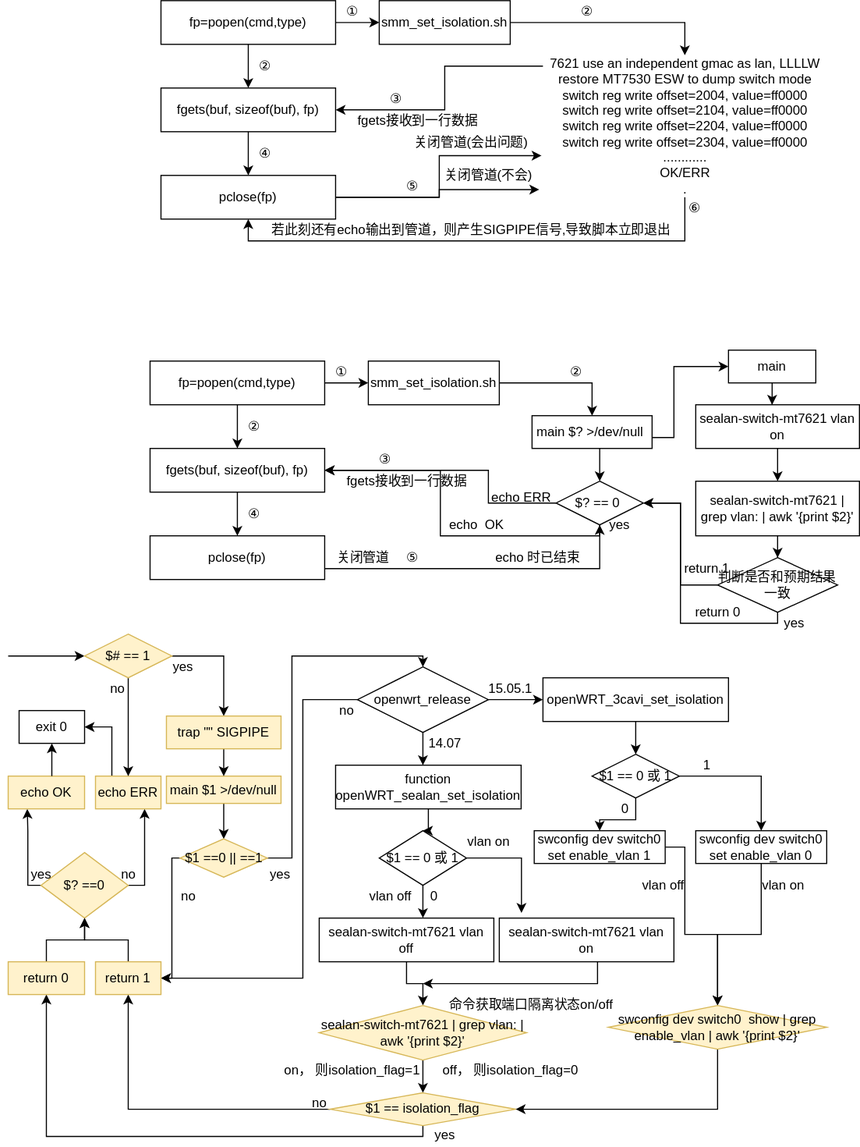
Earlier version of the draw.io export drag_demo/popen_isolation.svg (Archive-ch/Web_Demo). Source tidied: cells renumbered, new cells last; positions are measured from the earlier drawing's top-left corner, leaving out a move shared by most shapes.
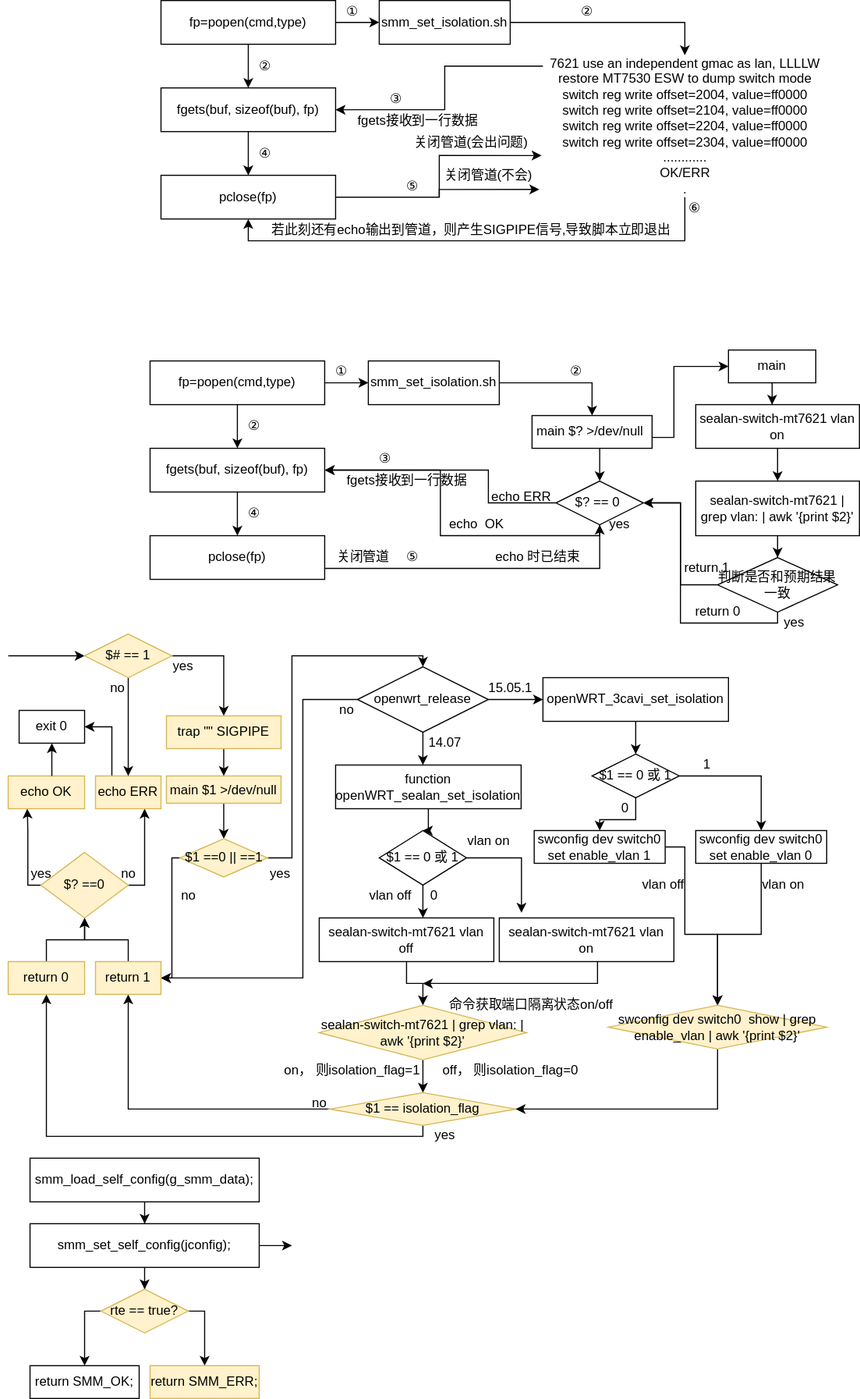
The same diagram one commit later.

Change to the diagram source:
```diff
@@ -545,5 +545,45 @@
     <mxCell id="137" value="yes" style="text;html=1;align=center;verticalAlign=middle;" parent="1" vertex="1">
       <mxGeometry x="234" y="790" width="30" height="20" as="geometry" />
     </mxCell>
+    <mxCell id="138" style="edgeStyle=orthogonalEdgeStyle;rounded=0;jettySize=auto;html=1;entryX=0.5;entryY=0;entryDx=0;entryDy=0;" parent="1" edge="1" source="140" target="143">
+      <mxGeometry relative="1" as="geometry" />
+    </mxCell>
+    <mxCell id="139" style="edgeStyle=orthogonalEdgeStyle;rounded=0;jettySize=auto;html=1;" parent="1" edge="1" source="140">
+      <mxGeometry relative="1" as="geometry">
+        <mxPoint x="260" y="1140" as="targetPoint" />
+      </mxGeometry>
+    </mxCell>
+    <mxCell id="140" value="smm_set_self_config(jconfig);" style="rounded=0;whiteSpace=wrap;html=1;" parent="1" vertex="1">
+      <mxGeometry x="20" y="1120" width="210" height="40" as="geometry" />
+    </mxCell>
+    <mxCell id="141" style="edgeStyle=orthogonalEdgeStyle;rounded=0;jettySize=auto;html=1;exitX=0;exitY=0.5;exitDx=0;exitDy=0;entryX=0.5;entryY=0;entryDx=0;entryDy=0;" parent="1" edge="1" source="143" target="146">
+      <mxGeometry relative="1" as="geometry">
+        <Array as="points">
+          <mxPoint x="70" y="1200" />
+        </Array>
+      </mxGeometry>
+    </mxCell>
+    <mxCell id="142" style="edgeStyle=orthogonalEdgeStyle;rounded=0;jettySize=auto;html=1;entryX=0.5;entryY=0;entryDx=0;entryDy=0;" parent="1" edge="1" source="143" target="147">
+      <mxGeometry relative="1" as="geometry">
+        <Array as="points">
+          <mxPoint x="180" y="1200" />
+        </Array>
+      </mxGeometry>
+    </mxCell>
+    <mxCell id="143" value="rte == true?" style="rhombus;whiteSpace=wrap;html=1;fillColor=#fff2cc;strokeColor=#d6b656;" parent="1" vertex="1">
+      <mxGeometry x="85" y="1180" width="80" height="40" as="geometry" />
+    </mxCell>
+    <mxCell id="144" style="edgeStyle=orthogonalEdgeStyle;rounded=0;jettySize=auto;html=1;entryX=0.5;entryY=0;entryDx=0;entryDy=0;" parent="1" edge="1" source="145" target="140">
+      <mxGeometry relative="1" as="geometry" />
+    </mxCell>
+    <mxCell id="145" value="smm_load_self_config(g_smm_data);" style="whiteSpace=wrap;html=1;" parent="1" vertex="1">
+      <mxGeometry x="20" y="1060" width="210" height="40" as="geometry" />
+    </mxCell>
+    <mxCell id="146" value="return&amp;nbsp;SMM_OK;" style="whiteSpace=wrap;html=1;" parent="1" vertex="1">
+      <mxGeometry x="20" y="1250" width="100" height="30" as="geometry" />
+    </mxCell>
+    <mxCell id="147" value="&lt;span&gt;return&amp;nbsp;SMM_ERR;&lt;/span&gt;" style="whiteSpace=wrap;html=1;fillColor=#fff2cc;strokeColor=#d6b656;" parent="1" vertex="1">
+      <mxGeometry x="130" y="1250" width="100" height="30" as="geometry" />
+    </mxCell>
   </root>
 </mxGraphModel>
```
